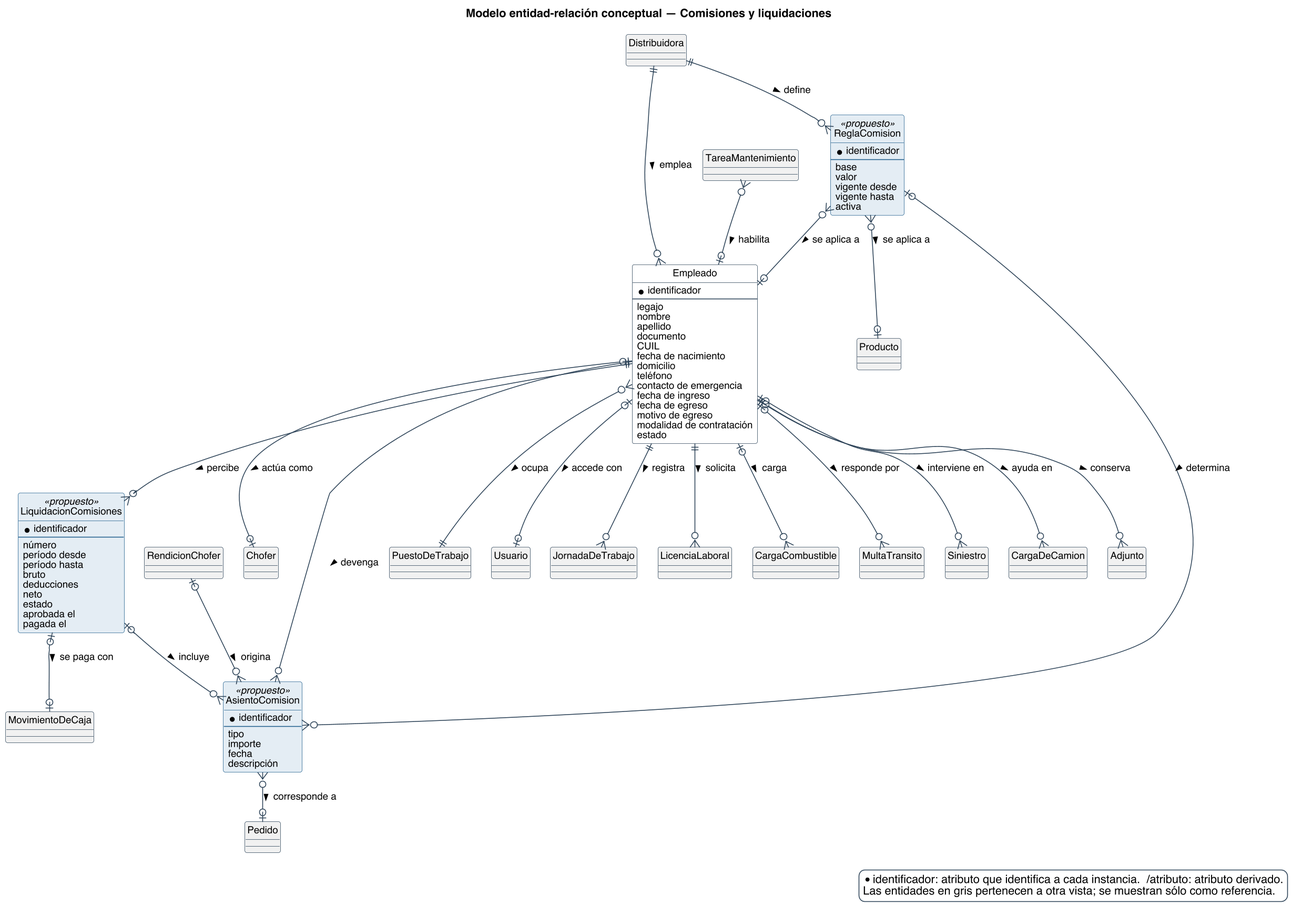
This is diagramas/base-de-datos/conceptual/SPLG-der-15-comisiones-y-liquidaciones.png from Nahuelito-Dev/splg-docs, a PlantUML export, as it was before one commit.
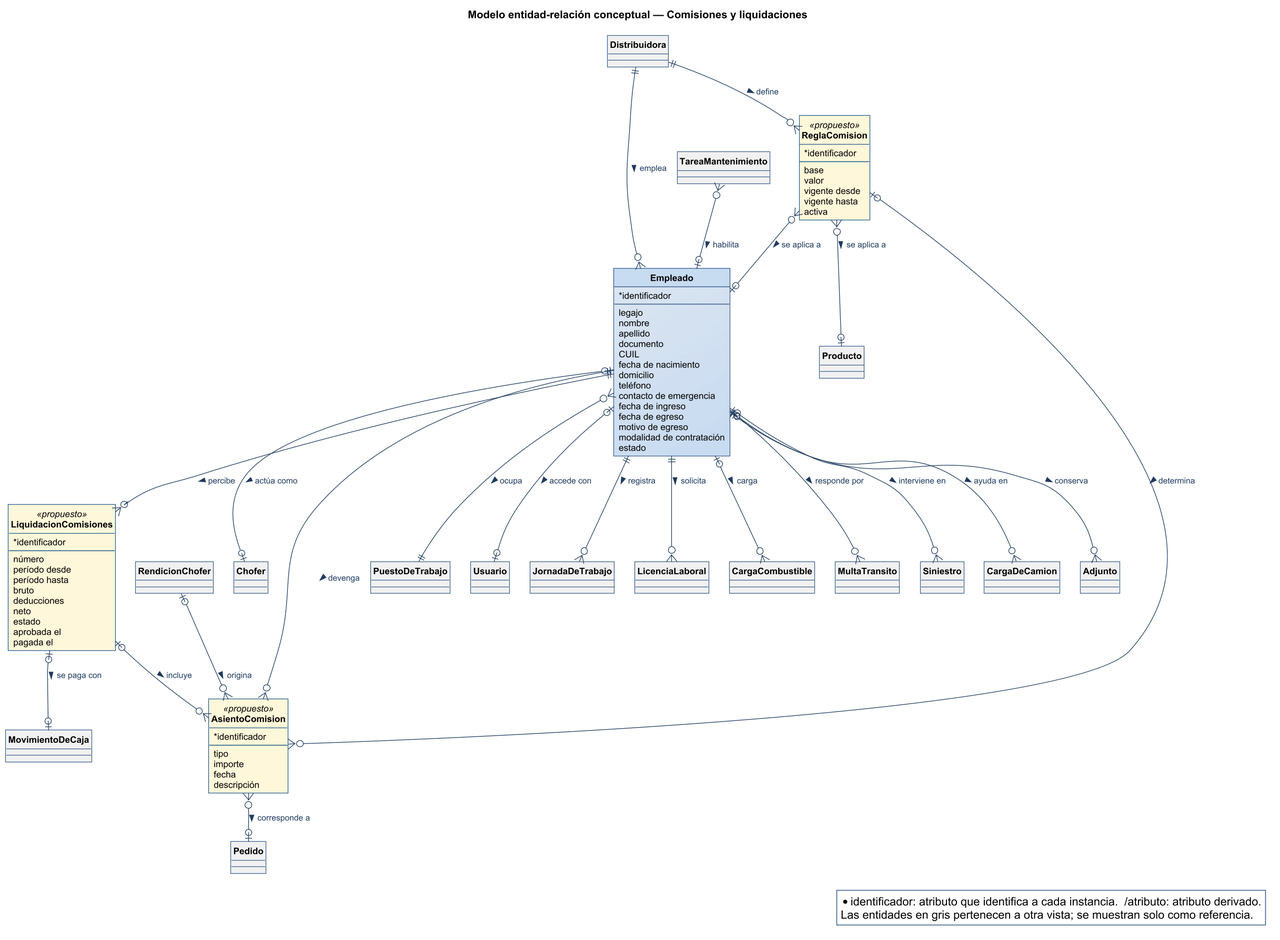
Later version of the same file.

The edit, as a diff of the source:
```diff
@@ -1,16 +1,6 @@
 @startuml
 title Modelo entidad-relación conceptual — Comisiones y liquidaciones
-skinparam backgroundColor #FFFFFF
-skinparam shadowing false
-skinparam defaultFontName Helvetica
-skinparam defaultFontSize 12
-skinparam dpi 150
-skinparam class {
-  BorderColor #2C4257
-  BackgroundColor #FFFFFF
-  ArrowColor #2C4257
-  FontSize 12
-}
+!include ../../estilo-vp.iuml
 skinparam entity<<ajena>> {
   BackgroundColor #F1F1F1
   BorderColor #8A97A3
@@ -18,14 +8,12 @@
 }
 skinparam class<<propuesto>> {
   BorderColor #1F5E8C
-  BackgroundColor #E4EDF4
+  BackgroundColor #FFF6D9
 }
 skinparam entity<<propuesto>> {
   BorderColor #1F5E8C
-  BackgroundColor #E4EDF4
+  BackgroundColor #FFF6D9
 }
-skinparam legendBackgroundColor #FFFFFF
-skinparam legendBorderColor #2C4257
 
 hide circle
 
@@ -50,7 +38,7 @@
   {field} modalidad de contratación
   {field} estado
 }
-entity ReglaComision <<propuesto>> #E4EDF4;line:1F5E8C {
+entity ReglaComision <<propuesto>> #FFF6D9;line:1F5E8C {
   * identificador
   --
   {field} base
@@ -59,7 +47,7 @@
   {field} vigente hasta
   {field} activa
 }
-entity AsientoComision <<propuesto>> #E4EDF4;line:1F5E8C {
+entity AsientoComision <<propuesto>> #FFF6D9;line:1F5E8C {
   * identificador
   --
   {field} tipo
@@ -67,7 +55,7 @@
   {field} fecha
   {field} descripción
 }
-entity LiquidacionComisiones <<propuesto>> #E4EDF4;line:1F5E8C {
+entity LiquidacionComisiones <<propuesto>> #FFF6D9;line:1F5E8C {
   * identificador
   --
   {field} número
@@ -138,6 +126,6 @@
 
 legend bottom right
   * identificador: atributo que identifica a cada instancia.  /atributo: atributo derivado.
-  Las entidades en gris pertenecen a otra vista; se muestran sólo como referencia.
+  Las entidades en gris pertenecen a otra vista; se muestran solo como referencia.
 endlegend
 @enduml
```
